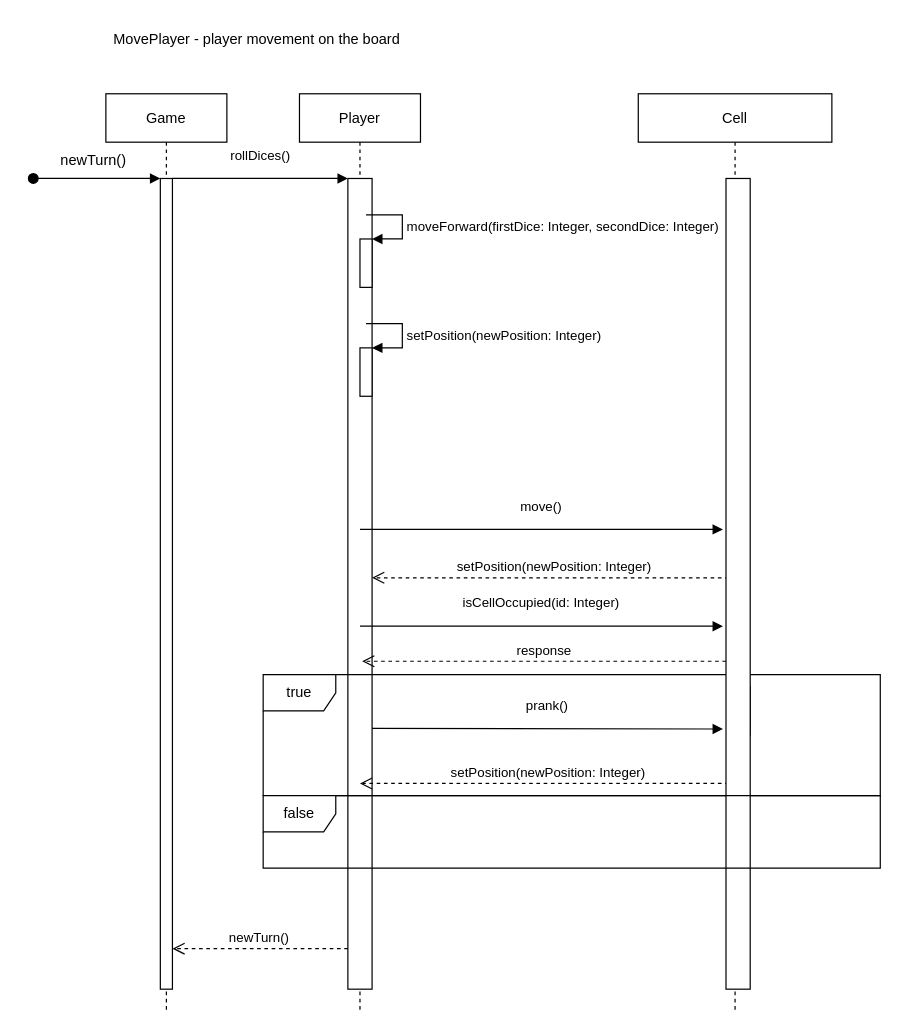
Before: Diagrams/Sequence Diagrams/TheGooseGame_SD_movePlayer.drawio in diegorodolfofranco/the-goose-game, a draw.io diagram. Source tidied: cells renumbered, new cells numbered last; positions are measured from the earlier drawing's top-left corner, leaving out a move shared by most shapes. Both pictures are drawn from the tidied source at 121%, with x=0, y=0 at pixel (33, 21).
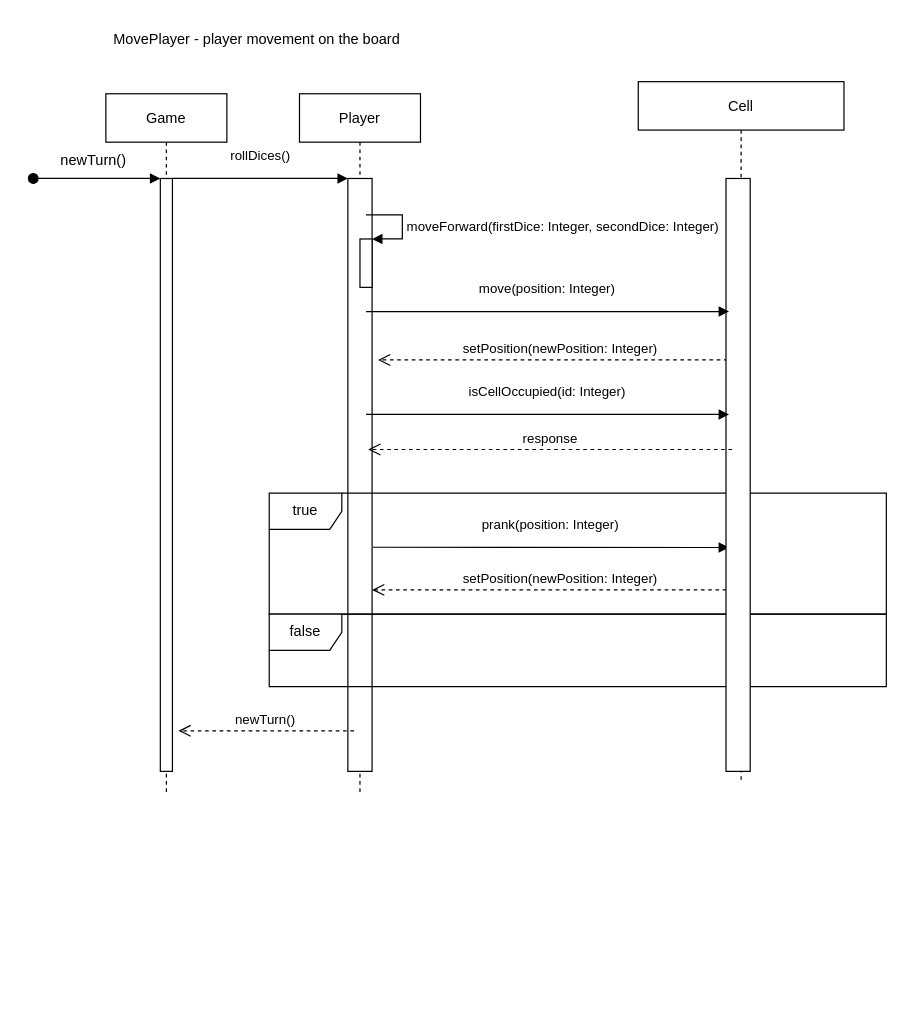
After the change.

Change to the diagram source:
```diff
@@
     <mxCell id="2" value="Game" style="shape=umlLifeline;perimeter=lifelinePerimeter;rounded=0;shadow=0;strokeWidth=1;" parent="1" vertex="1">
-      <mxGeometry x="60" y="60" width="100" height="760" as="geometry" />
+      <mxGeometry x="60" y="60" width="100" height="580" as="geometry" />
     </mxCell>
     <mxCell id="3" style="points=[];perimeter=orthogonalPerimeter;rounded=0;shadow=0;strokeWidth=1;" parent="2" vertex="1">
-      <mxGeometry x="45" y="70" width="10" height="670" as="geometry" />
+      <mxGeometry x="45" y="70" width="10" height="490" as="geometry" />
     </mxCell>
@@
     <mxCell id="6" value="Player" style="shape=umlLifeline;perimeter=lifelinePerimeter;rounded=0;shadow=0;strokeWidth=1;" parent="1" vertex="1">
-      <mxGeometry x="220" y="60" width="100" height="760" as="geometry" />
+      <mxGeometry x="220" y="60" width="100" height="580" as="geometry" />
     </mxCell>
     <mxCell id="7" style="points=[];perimeter=orthogonalPerimeter;rounded=0;shadow=0;strokeWidth=1;" parent="6" vertex="1">
-      <mxGeometry x="40" y="70" width="20" height="670" as="geometry" />
+      <mxGeometry x="40" y="70" width="20" height="490" as="geometry" />
     </mxCell>
@@
     <mxCell id="10" value="setPosition(newPosition: Integer)" style="verticalAlign=bottom;endArrow=open;dashed=1;endSize=8;shadow=0;strokeWidth=1;" parent="6" edge="1">
       <mxGeometry relative="1" as="geometry">
-        <mxPoint x="360.8" y="400" as="sourcePoint" />
-        <mxPoint x="60" y="400" as="targetPoint" />
+        <mxPoint x="365.8" y="220" as="sourcePoint" />
+        <mxPoint x="65" y="220" as="targetPoint" />
       </mxGeometry>
     </mxCell>
-    <mxCell id="11" style="html=1;perimeter=orthogonalPerimeter;" parent="6" vertex="1">
-      <mxGeometry x="362.5" y="490" width="10" height="40" as="geometry" />
-    </mxCell>
-    <mxCell id="12" value="setPosition(newPosition: Integer)" style="verticalAlign=bottom;endArrow=open;dashed=1;endSize=8;shadow=0;strokeWidth=1;" parent="6" edge="1">
-      <mxGeometry relative="1" as="geometry">
-        <mxPoint x="360.8" y="570" as="sourcePoint" />
-        <mxPoint x="50" y="570" as="targetPoint" />
-      </mxGeometry>
-    </mxCell>
-    <mxCell id="13" style="html=1;points=[];perimeter=orthogonalPerimeter;" parent="6" vertex="1">
-      <mxGeometry x="50" y="210" width="10" height="40" as="geometry" />
-    </mxCell>
-    <mxCell id="14" value="setPosition(newPosition: Integer)" style="edgeStyle=orthogonalEdgeStyle;html=1;align=left;spacingLeft=2;endArrow=block;rounded=0;entryX=1;entryY=0;" parent="6" edge="1" target="13">
-      <mxGeometry x="0.07" relative="1" as="geometry">
-        <mxPoint x="55" y="190" as="sourcePoint" />
-        <Array as="points">
-          <mxPoint x="85" y="190" />
-        </Array>
-      </mxGeometry>
-    </mxCell>
-    <mxCell id="15" value="true" style="shape=umlFrame;whiteSpace=wrap;html=1;" parent="6" vertex="1">
-      <mxGeometry x="-30" y="480" width="510" height="100" as="geometry" />
-    </mxCell>
-    <mxCell id="16" value="newTurn()" style="verticalAlign=bottom;endArrow=open;dashed=1;endSize=8;exitX=0;exitY=0.95;shadow=0;strokeWidth=1;" parent="1" edge="1" source="7" target="3">
-      <mxGeometry relative="1" as="geometry" />
+    <mxCell id="16" value="newTurn()" style="verticalAlign=bottom;endArrow=open;dashed=1;endSize=8;exitX=0;exitY=0.95;shadow=0;strokeWidth=1;" parent="1" edge="1">
+      <mxGeometry relative="1" as="geometry">
+        <mxPoint x="265" y="586.5" as="sourcePoint" />
+        <mxPoint x="120" y="586.5" as="targetPoint" />
+      </mxGeometry>
     </mxCell>
@@
     <mxCell id="19" value="Cell" style="shape=umlLifeline;perimeter=lifelinePerimeter;rounded=0;shadow=0;strokeWidth=1;" parent="1" vertex="1">
-      <mxGeometry x="500" y="60" width="160" height="760" as="geometry" />
+      <mxGeometry x="500" y="50" width="170" height="580" as="geometry" />
     </mxCell>
+    <mxCell id="12" value="setPosition(newPosition: Integer)" style="verticalAlign=bottom;endArrow=open;dashed=1;endSize=8;shadow=0;strokeWidth=1;" parent="19" edge="1">
+      <mxGeometry relative="1" as="geometry">
+        <mxPoint x="90.8" y="420" as="sourcePoint" />
+        <mxPoint x="-220" y="420" as="targetPoint" />
+      </mxGeometry>
+    </mxCell>
+    <mxCell id="15" value="true" style="shape=umlFrame;whiteSpace=wrap;html=1;" parent="19" vertex="1">
+      <mxGeometry x="-305" y="340" width="510" height="100" as="geometry" />
+    </mxCell>
-    <mxCell id="20" value="prank()" style="verticalAlign=bottom;endArrow=block;shadow=0;strokeWidth=1;" parent="19" edge="1">
+    <mxCell id="20" value="prank(position: Integer)" style="verticalAlign=bottom;endArrow=block;shadow=0;strokeWidth=1;exitX=1.033;exitY=0.622;exitDx=0;exitDy=0;exitPerimeter=0;" parent="19" edge="1" source="7">
       <mxGeometry y="10" relative="1" as="geometry">
-        <mxPoint x="-220" y="524.5" as="sourcePoint" />
-        <mxPoint x="70" y="525" as="targetPoint" />
+        <mxPoint x="75" y="385" as="targetPoint" />
       </mxGeometry>
     </mxCell>
+    <mxCell id="25" value="false" style="shape=umlFrame;whiteSpace=wrap;html=1;" parent="19" vertex="1">
+      <mxGeometry x="-305" y="440" width="510" height="60" as="geometry" />
+    </mxCell>
+    <mxCell id="23" style="perimeter=orthogonalPerimeter;rounded=0;shadow=0;strokeWidth=1;" parent="1" vertex="1">
+      <mxGeometry x="572.5" y="130" width="20" height="490" as="geometry" />
+    </mxCell>
+    <mxCell id="24" value="move(position: Integer)" style="verticalAlign=bottom;endArrow=block;shadow=0;strokeWidth=1;" parent="1" edge="1">
+      <mxGeometry y="10" relative="1" as="geometry">
+        <mxPoint x="275" y="240" as="sourcePoint" />
+        <mxPoint x="575" y="240" as="targetPoint" />
+      </mxGeometry>
+    </mxCell>
-    <mxCell id="21" value="response" style="verticalAlign=bottom;endArrow=open;dashed=1;endSize=8;shadow=0;strokeWidth=1;" parent="19" edge="1">
+    <mxCell id="21" value="response" style="verticalAlign=bottom;endArrow=open;dashed=1;endSize=8;shadow=0;strokeWidth=1;" parent="1" edge="1">
       <mxGeometry relative="1" as="geometry">
-        <mxPoint x="72.5" y="469" as="sourcePoint" />
-        <mxPoint x="-228.2" y="469" as="targetPoint" />
+        <mxPoint x="577.5" y="354" as="sourcePoint" />
+        <mxPoint x="276.8" y="354" as="targetPoint" />
       </mxGeometry>
     </mxCell>
-    <mxCell id="22" value="isCellOccupied(id: Integer)" style="verticalAlign=bottom;endArrow=block;shadow=0;strokeWidth=1;" parent="19" edge="1">
+    <mxCell id="22" value="isCellOccupied(id: Integer)" style="verticalAlign=bottom;endArrow=block;shadow=0;strokeWidth=1;" parent="1" edge="1">
       <mxGeometry y="10" relative="1" as="geometry">
-        <mxPoint x="-230" y="440" as="sourcePoint" />
-        <mxPoint x="70" y="440" as="targetPoint" />
+        <mxPoint x="275" y="325" as="sourcePoint" />
+        <mxPoint x="575" y="325" as="targetPoint" />
       </mxGeometry>
     </mxCell>
-    <mxCell id="23" style="perimeter=orthogonalPerimeter;rounded=0;shadow=0;strokeWidth=1;" parent="1" vertex="1">
-      <mxGeometry x="572.5" y="130" width="20" height="670" as="geometry" />
-    </mxCell>
-    <mxCell id="24" value="move()" style="verticalAlign=bottom;endArrow=block;shadow=0;strokeWidth=1;" parent="1" edge="1">
-      <mxGeometry y="10" relative="1" as="geometry">
-        <mxPoint x="270" y="420" as="sourcePoint" />
-        <mxPoint x="570" y="420" as="targetPoint" />
-      </mxGeometry>
-    </mxCell>
-    <mxCell id="25" value="false" style="shape=umlFrame;whiteSpace=wrap;html=1;" parent="1" vertex="1">
-      <mxGeometry x="190" y="640" width="510" height="60" as="geometry" />
-    </mxCell>
```
